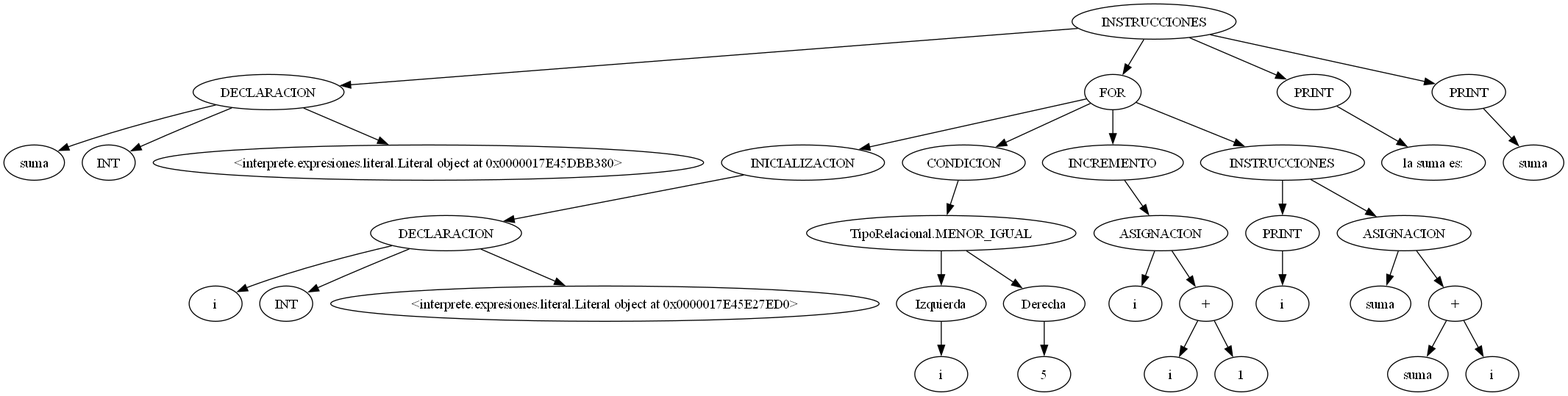
This is backend/AST.png from AlvaroCeballos/OLC1_VJ2025_G5, a Graphviz export, as it was before one commit. Its source is kept beside it as backend/AST.dot.
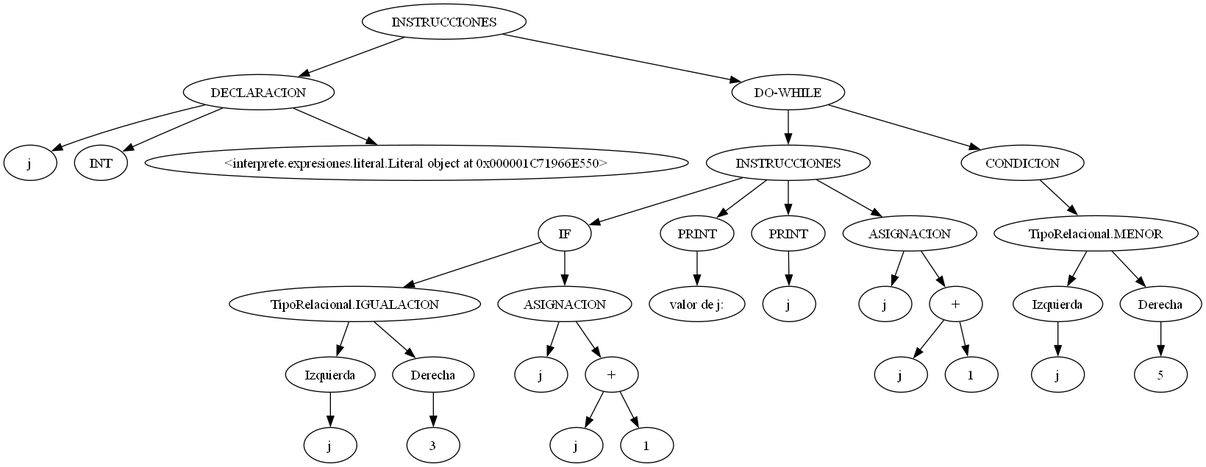
After the change.

Commit message:
Do While funcionando

Diff of the diagram source:
```diff
@@ -1,39 +1,37 @@
 digraph {
 	0 [label = "INSTRUCCIONES"];
 	1 [label = "DECLARACION"];
-	2 [label = "suma"];
+	2 [label = "j"];
 	3 [label = "INT"];
-	4 [label = "<interprete.expresiones.literal.Literal object at 0x0000017E45DBB380>"];
-	5 [label = "FOR"];
-	6 [label = "INICIALIZACION"];
-	7 [label = "DECLARACION"];
-	8 [label = "i"];
-	9 [label = "INT"];
-	10 [label = "<interprete.expresiones.literal.Literal object at 0x0000017E45E27ED0>"];
-	11 [label = "CONDICION"];
-	12 [label = "TipoRelacional.MENOR_IGUAL"];
-	13 [label = "Izquierda"];
-	14 [label = "i"];
-	15 [label = "Derecha"];
-	16 [label = "5"];
-	17 [label = "INCREMENTO"];
-	18 [label = "ASIGNACION"];
-	19 [label = "i"];
-	20 [label = "+"];
-	21 [label = "i"];
-	22 [label = "1"];
-	23 [label = "INSTRUCCIONES"];
-	24 [label = "PRINT"];
-	25 [label = "i"];
-	26 [label = "ASIGNACION"];
-	27 [label = "suma"];
-	28 [label = "+"];
-	29 [label = "suma"];
-	30 [label = "i"];
-	31 [label = "PRINT"];
-	32 [label = "la suma es:"];
-	33 [label = "PRINT"];
-	34 [label = "suma"];
+	4 [label = "<interprete.expresiones.literal.Literal object at 0x000001C71966E550>"];
+	5 [label = "DO-WHILE"];
+	6 [label = "INSTRUCCIONES"];
+	7 [label = "IF"];
+	8 [label = "TipoRelacional.IGUALACION"];
+	9 [label = "Izquierda"];
+	10 [label = "j"];
+	11 [label = "Derecha"];
+	12 [label = "3"];
+	13 [label = "ASIGNACION"];
+	14 [label = "j"];
+	15 [label = "+"];
+	16 [label = "j"];
+	17 [label = "1"];
+	18 [label = "PRINT"];
+	19 [label = "valor de j:"];
+	20 [label = "PRINT"];
+	21 [label = "j"];
+	22 [label = "ASIGNACION"];
+	23 [label = "j"];
+	24 [label = "+"];
+	25 [label = "j"];
+	26 [label = "1"];
+	27 [label = "CONDICION"];
+	28 [label = "TipoRelacional.MENOR"];
+	29 [label = "Izquierda"];
+	30 [label = "j"];
+	31 [label = "Derecha"];
+	32 [label = "5"];
 	0 -> 1;
 	1 -> 2;
 	1 -> 3;
@@ -42,30 +40,28 @@
 	5 -> 6;
 	6 -> 7;
 	7 -> 8;
-	7 -> 9;
-	7 -> 10;
-	5 -> 11;
+	8 -> 9;
+	9 -> 10;
+	8 -> 11;
 	11 -> 12;
-	12 -> 13;
+	7 -> 13;
 	13 -> 14;
-	12 -> 15;
+	13 -> 15;
 	15 -> 16;
-	5 -> 17;
-	17 -> 18;
+	15 -> 17;
+	6 -> 18;
 	18 -> 19;
-	18 -> 20;
+	6 -> 20;
 	20 -> 21;
-	20 -> 22;
-	5 -> 23;
-	23 -> 24;
+	6 -> 22;
+	22 -> 23;
+	22 -> 24;
 	24 -> 25;
-	23 -> 26;
-	26 -> 27;
-	26 -> 28;
+	24 -> 26;
+	5 -> 27;
+	27 -> 28;
 	28 -> 29;
-	28 -> 30;
-	0 -> 31;
+	29 -> 30;
+	28 -> 31;
 	31 -> 32;
-	0 -> 33;
-	33 -> 34;
 }
```
